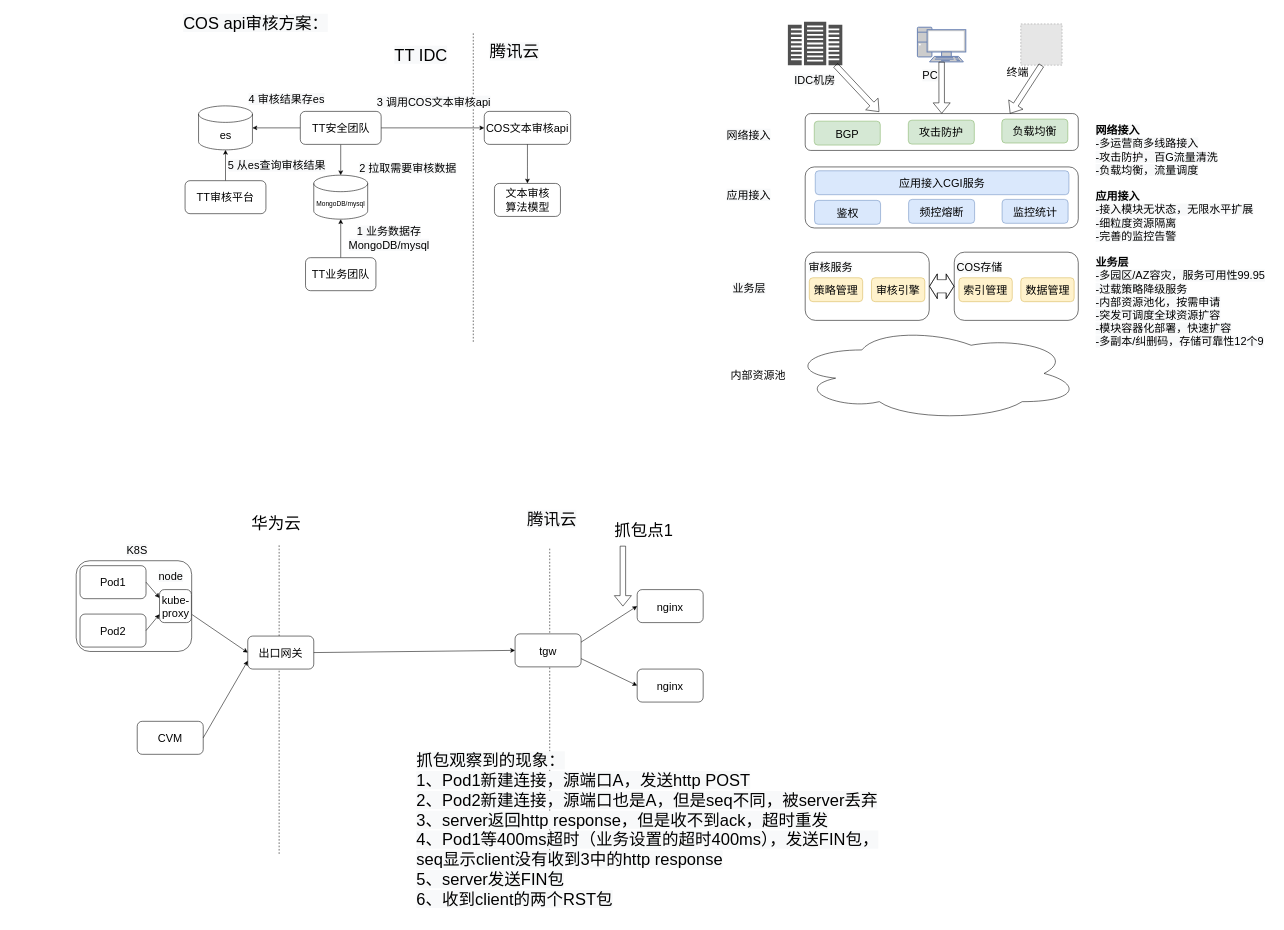
This is page "TT文本审核方案" (5 of 8) of CI.drawio from wangnan8791/document, a draw.io file, before an edit. Source tidied: cells renumbered, new cells numbered last; positions are measured from the earlier drawing's top-left corner, leaving out a move shared by most shapes. Both pictures are drawn from the tidied source at 55%, with x=0, y=0 at pixel (76, 9). Pictures stored in the file or linked from it are replaced by grey dashed boxes.
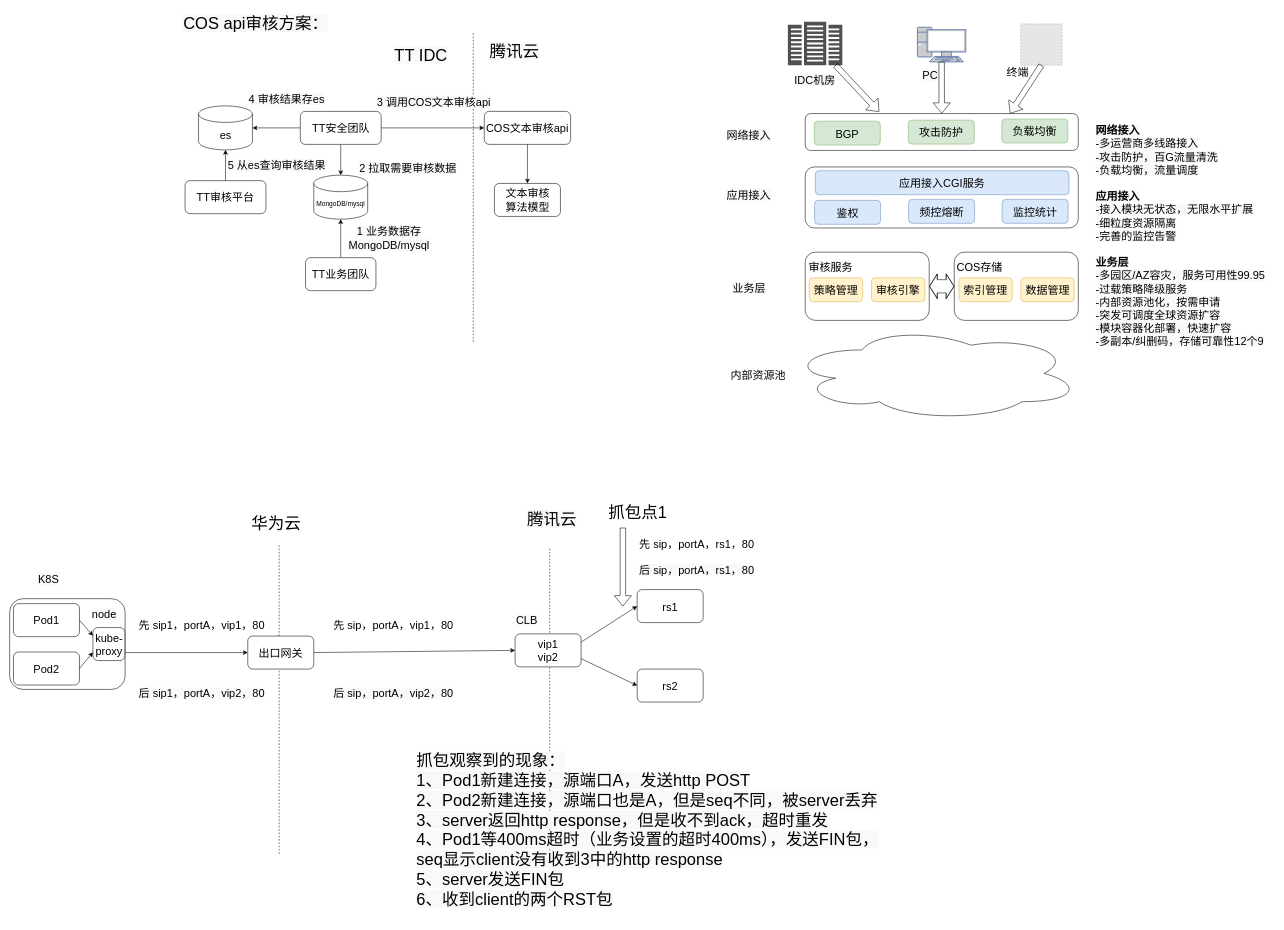
The same page after the edit.

Unchanged cells that the change refers to:
```xml
<mxCell id="62" value="出口网关" style="rounded=1;whiteSpace=wrap;html=1;fontSize=20;" parent="1" vertex="1">
  <mxGeometry x="312" y="1139" width="120" height="60" as="geometry" />
</mxCell>
```

Diff of the diagram source:
```diff
@@
-    <mxCell id="61" value="tgw" style="rounded=1;whiteSpace=wrap;html=1;fontSize=20;" parent="1" vertex="1">
+    <mxCell id="61" value="vip1&lt;br&gt;vip2" style="rounded=1;whiteSpace=wrap;html=1;fontSize=20;" parent="1" vertex="1">
       <mxGeometry x="798" y="1135" width="120" height="60" as="geometry" />
     </mxCell>
@@
     <mxCell id="63" style="rounded=1;whiteSpace=wrap;html=1;fontSize=20;" parent="1" vertex="1">
-      <mxGeometry y="1002" width="210" height="165" as="geometry" />
+      <mxGeometry x="-121" y="1071" width="210" height="165" as="geometry" />
     </mxCell>
-    <mxCell id="64" value="CVM" style="rounded=1;whiteSpace=wrap;html=1;fontSize=20;" parent="1" vertex="1">
-      <mxGeometry x="111" y="1294" width="120" height="60" as="geometry" />
-    </mxCell>
     <mxCell id="65" value="&lt;span style=&quot;color: rgb(0, 0, 0); font-family: helvetica; font-size: 20px; font-style: normal; font-weight: 400; letter-spacing: normal; text-align: center; text-indent: 0px; text-transform: none; word-spacing: 0px; background-color: rgb(248, 249, 250); display: inline; float: none;&quot;&gt;K8S&lt;/span&gt;" style="text;whiteSpace=wrap;html=1;fontSize=20;" parent="1" vertex="1">
-      <mxGeometry x="90" y="964" width="58" height="38" as="geometry" />
+      <mxGeometry x="-71" y="1016.5" width="58" height="38" as="geometry" />
     </mxCell>
     <mxCell id="66" value="&lt;span style=&quot;color: rgb(0, 0, 0); font-family: helvetica; font-size: 20px; font-style: normal; font-weight: 400; letter-spacing: normal; text-align: center; text-indent: 0px; text-transform: none; word-spacing: 0px; background-color: rgb(248, 249, 250); display: inline; float: none;&quot;&gt;node&lt;/span&gt;" style="text;whiteSpace=wrap;html=1;fontSize=20;" parent="1" vertex="1">
-      <mxGeometry x="148" y="1011" width="65" height="38" as="geometry" />
+      <mxGeometry x="27" y="1080" width="65" height="38" as="geometry" />
     </mxCell>
     <mxCell id="67" value="Pod2" style="rounded=1;whiteSpace=wrap;html=1;fontSize=20;" parent="1" vertex="1">
-      <mxGeometry x="7" y="1099" width="120" height="60" as="geometry" />
+      <mxGeometry x="-114" y="1168" width="120" height="60" as="geometry" />
     </mxCell>
     <mxCell id="68" value="Pod1" style="rounded=1;whiteSpace=wrap;html=1;fontSize=20;" parent="1" vertex="1">
-      <mxGeometry x="7" y="1011" width="120" height="60" as="geometry" />
+      <mxGeometry x="-114" y="1080" width="120" height="60" as="geometry" />
     </mxCell>
     <mxCell id="69" value="kube-proxy" style="rounded=1;whiteSpace=wrap;html=1;fontSize=20;" parent="1" vertex="1">
-      <mxGeometry x="151.5" y="1054.5" width="58" height="60" as="geometry" />
+      <mxGeometry x="30.5" y="1123.5" width="58" height="60" as="geometry" />
     </mxCell>
@@
-    <mxCell id="73" style="endArrow=classic;html=1;rounded=0;fontSize=20;exitX=1;exitY=0.5;exitDx=0;exitDy=0;entryX=0;entryY=0.75;entryDx=0;entryDy=0;" parent="1" edge="1" source="64" target="62">
-      <mxGeometry relative="1" as="geometry" />
-    </mxCell>
@@
-    <mxCell id="75" value="nginx" style="rounded=1;whiteSpace=wrap;html=1;fontSize=20;" parent="1" vertex="1">
+    <mxCell id="75" value="rs1" style="rounded=1;whiteSpace=wrap;html=1;fontSize=20;" parent="1" vertex="1">
       <mxGeometry x="1020" y="1054.5" width="120" height="60" as="geometry" />
     </mxCell>
-    <mxCell id="76" value="nginx" style="rounded=1;whiteSpace=wrap;html=1;fontSize=20;" parent="1" vertex="1">
+    <mxCell id="76" value="rs2" style="rounded=1;whiteSpace=wrap;html=1;fontSize=20;" parent="1" vertex="1">
       <mxGeometry x="1020" y="1199" width="120" height="60" as="geometry" />
     </mxCell>
@@
     <mxCell id="79" value="&lt;div style=&quot;text-align: center&quot;&gt;&lt;span style=&quot;font-size: 30px&quot;&gt;&lt;font face=&quot;helvetica&quot;&gt;抓包点1&lt;/font&gt;&lt;/span&gt;&lt;/div&gt;" style="text;whiteSpace=wrap;html=1;fontSize=20;" parent="1" vertex="1">
-      <mxGeometry x="977" y="923" width="110" height="41" as="geometry" />
+      <mxGeometry x="966" y="889" width="110" height="41" as="geometry" />
     </mxCell>
     <mxCell id="80" style="shape=flexArrow;endArrow=classic;html=1;rounded=0;fontSize=20;" parent="1" edge="1">
       <mxGeometry relative="1" as="geometry">
-        <mxPoint x="994" y="975" as="sourcePoint" />
+        <mxPoint x="994" y="942" as="sourcePoint" />
         <mxPoint x="994" y="1085" as="targetPoint" />
       </mxGeometry>
     </mxCell>
@@
+    <mxCell id="82" value="&lt;div style=&quot;text-align: center&quot;&gt;&lt;span&gt;&lt;font face=&quot;helvetica&quot;&gt;先 sip1，portA，vip1，80&lt;/font&gt;&lt;/span&gt;&lt;/div&gt;" style="text;whiteSpace=wrap;html=1;fontSize=20;" parent="1" vertex="1">
+      <mxGeometry x="112" y="1101" width="246" height="38" as="geometry" />
+    </mxCell>
+    <mxCell id="83" value="&lt;span style=&quot;color: rgb(0 , 0 , 0) ; font-family: &amp;#34;helvetica&amp;#34; ; font-size: 20px ; font-style: normal ; font-weight: 400 ; letter-spacing: normal ; text-align: center ; text-indent: 0px ; text-transform: none ; word-spacing: 0px ; background-color: rgb(248 , 249 , 250) ; display: inline ; float: none&quot;&gt;后 sip1，portA，vip2，80&lt;/span&gt;" style="text;whiteSpace=wrap;html=1;fontSize=20;" parent="1" vertex="1">
+      <mxGeometry x="112" y="1225" width="237" height="38" as="geometry" />
+    </mxCell>
+    <mxCell id="84" value="&lt;div style=&quot;text-align: center&quot;&gt;&lt;span&gt;&lt;font face=&quot;helvetica&quot;&gt;先 sip，portA，vip1，80&lt;/font&gt;&lt;/span&gt;&lt;/div&gt;" style="text;whiteSpace=wrap;html=1;fontSize=20;" parent="1" vertex="1">
+      <mxGeometry x="466" y="1101" width="246" height="38" as="geometry" />
+    </mxCell>
+    <mxCell id="85" value="&lt;span style=&quot;color: rgb(0 , 0 , 0) ; font-family: &amp;#34;helvetica&amp;#34; ; font-size: 20px ; font-style: normal ; font-weight: 400 ; letter-spacing: normal ; text-align: center ; text-indent: 0px ; text-transform: none ; word-spacing: 0px ; background-color: rgb(248 , 249 , 250) ; display: inline ; float: none&quot;&gt;后 sip，portA，vip2，80&lt;/span&gt;" style="text;whiteSpace=wrap;html=1;fontSize=20;" parent="1" vertex="1">
+      <mxGeometry x="466" y="1225" width="237" height="38" as="geometry" />
+    </mxCell>
+    <mxCell id="86" value="&lt;div style=&quot;text-align: center&quot;&gt;&lt;span&gt;&lt;font face=&quot;helvetica&quot;&gt;先 sip，portA，rs1，80&lt;/font&gt;&lt;/span&gt;&lt;/div&gt;" style="text;whiteSpace=wrap;html=1;fontSize=20;" parent="1" vertex="1">
+      <mxGeometry x="1022" y="953" width="246" height="38" as="geometry" />
+    </mxCell>
+    <mxCell id="87" value="&lt;span style=&quot;color: rgb(0 , 0 , 0) ; font-family: &amp;#34;helvetica&amp;#34; ; font-size: 20px ; font-style: normal ; font-weight: 400 ; letter-spacing: normal ; text-align: center ; text-indent: 0px ; text-transform: none ; word-spacing: 0px ; background-color: rgb(248 , 249 , 250) ; display: inline ; float: none&quot;&gt;后 sip，portA，rs1，80&lt;/span&gt;" style="text;whiteSpace=wrap;html=1;fontSize=20;" parent="1" vertex="1">
+      <mxGeometry x="1022" y="1000" width="237" height="38" as="geometry" />
+    </mxCell>
+    <mxCell id="88" value="&lt;span style=&quot;color: rgb(0 , 0 , 0) ; font-family: &amp;#34;helvetica&amp;#34; ; font-size: 20px ; font-style: normal ; font-weight: 400 ; letter-spacing: normal ; text-align: center ; text-indent: 0px ; text-transform: none ; word-spacing: 0px ; background-color: rgb(248 , 249 , 250) ; display: inline ; float: none&quot;&gt;CLB&lt;/span&gt;" style="text;whiteSpace=wrap;html=1;fontSize=20;" parent="1" vertex="1">
+      <mxGeometry x="798" y="1091" width="57" height="38" as="geometry" />
+    </mxCell>
```
